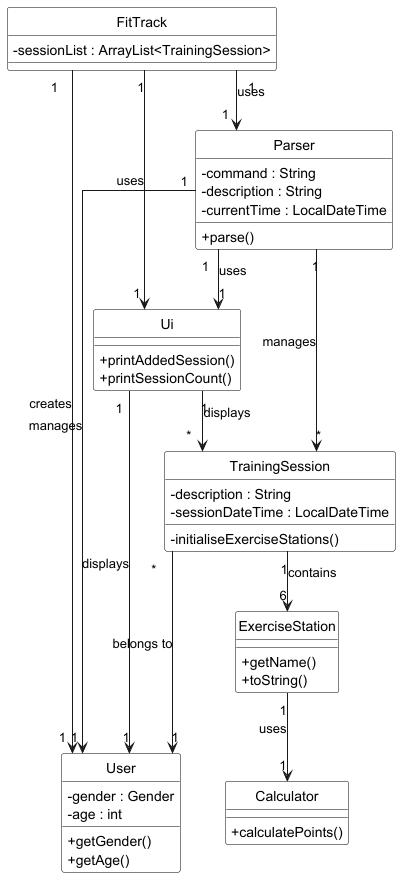
The PlantUML diagram docs/Images/Class_AddTrainingSession.png in nus-cs2113-AY2425S1/tp, before a commit. The source it was exported from:
```plantuml
@startuml
skinparam linetype ortho
hide circle
skinparam classAttributeIconSize 0
skinparam classBackgroundColor White
skinparam classBorderColor Black

class FitTrack {
    -sessionList : ArrayList<TrainingSession>
}

class Parser {
    -command : String
    -description : String
    -currentTime : LocalDateTime
    +parse()
}

class Ui {
    +printAddedSession()
    +printSessionCount()
}

class TrainingSession {
    -description : String
    -sessionDateTime : LocalDateTime
    -initialiseExerciseStations()
}

class User {
    -gender : Gender
    -age : int
    +getGender()
    +getAge()
}

class ExerciseStation {
    +getName()
    +toString()
}

class Calculator {
    +calculatePoints()
}

FitTrack "1" --> "1" User : creates
FitTrack "1" --> "1" Parser : uses
FitTrack "1" --> "1" Ui : uses

Parser "1" --> "1" Ui : uses
Parser "1" --> "1" User : manages
Parser "1" --> "*" TrainingSession : manages

Ui "1" -> "1" User : displays
Ui "1" --> "*" TrainingSession : displays

TrainingSession "*" ---> "1" User : belongs to
TrainingSession "1" --> "6" ExerciseStation : contains

ExerciseStation "1" --> "1" Calculator : uses

@enduml
```
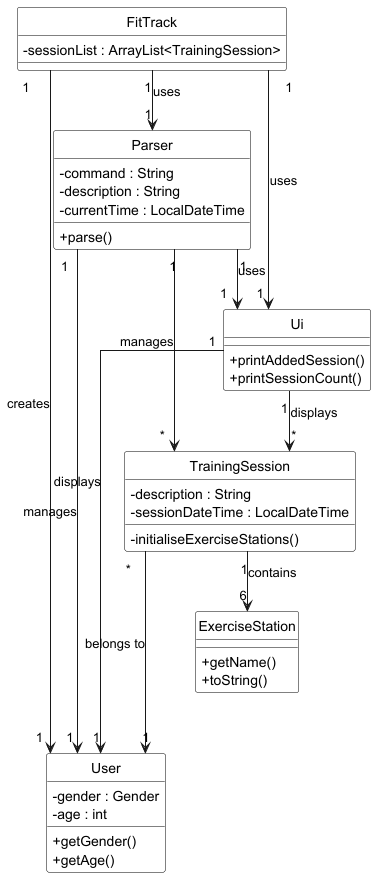
After the change.

Diff of the diagram source:
```diff
@@ -39,10 +39,6 @@
     +toString()
 }
 
-class Calculator {
-    +calculatePoints()
-}
-
 FitTrack "1" --> "1" User : creates
 FitTrack "1" --> "1" Parser : uses
 FitTrack "1" --> "1" Ui : uses
@@ -56,7 +52,4 @@
 
 TrainingSession "*" ---> "1" User : belongs to
 TrainingSession "1" --> "6" ExerciseStation : contains
-
-ExerciseStation "1" --> "1" Calculator : uses
-
 @enduml
```
